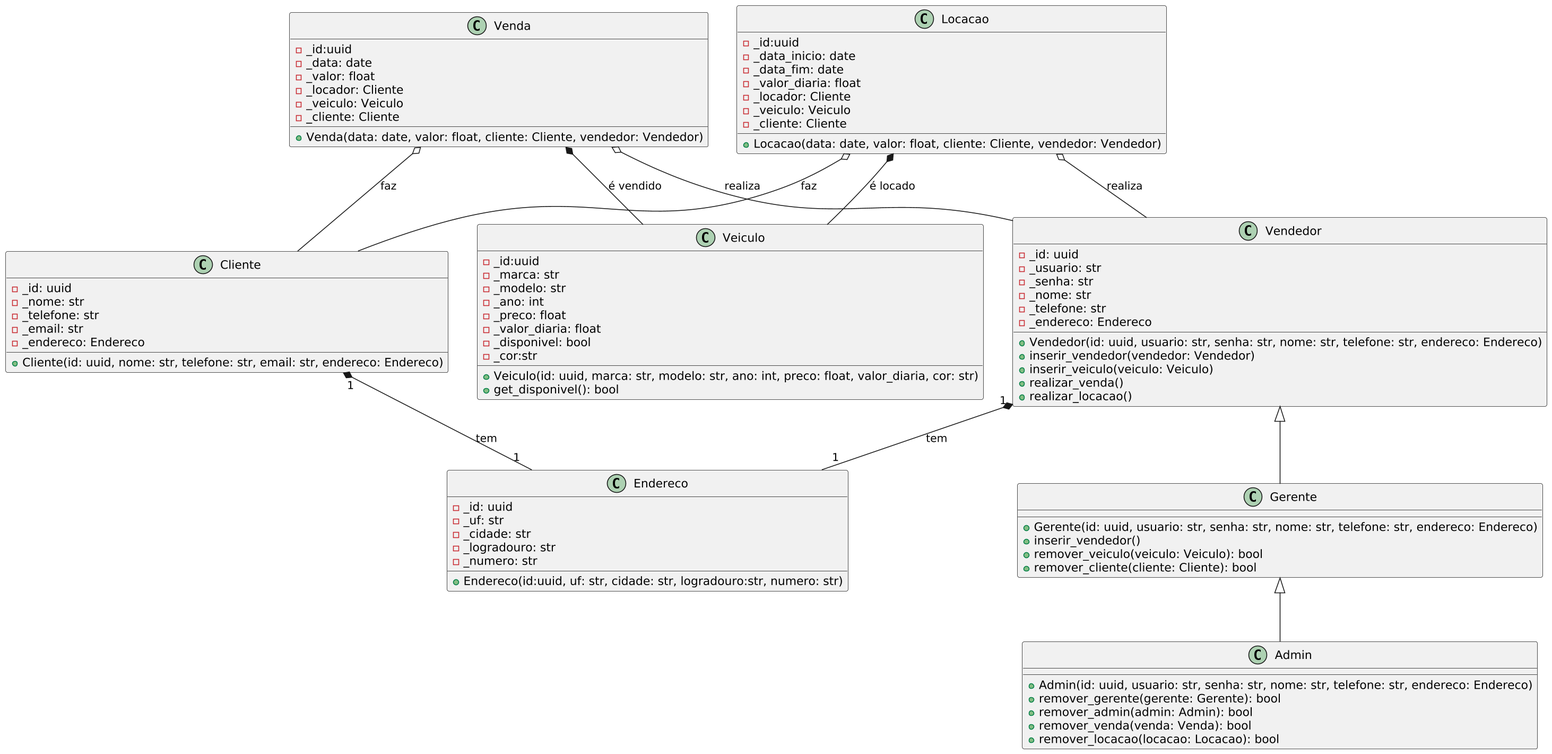
This is Modelagem/image.png from gabrielraulino/DS-Persist-SmartAuto, a PlantUML export, as it was before one commit.
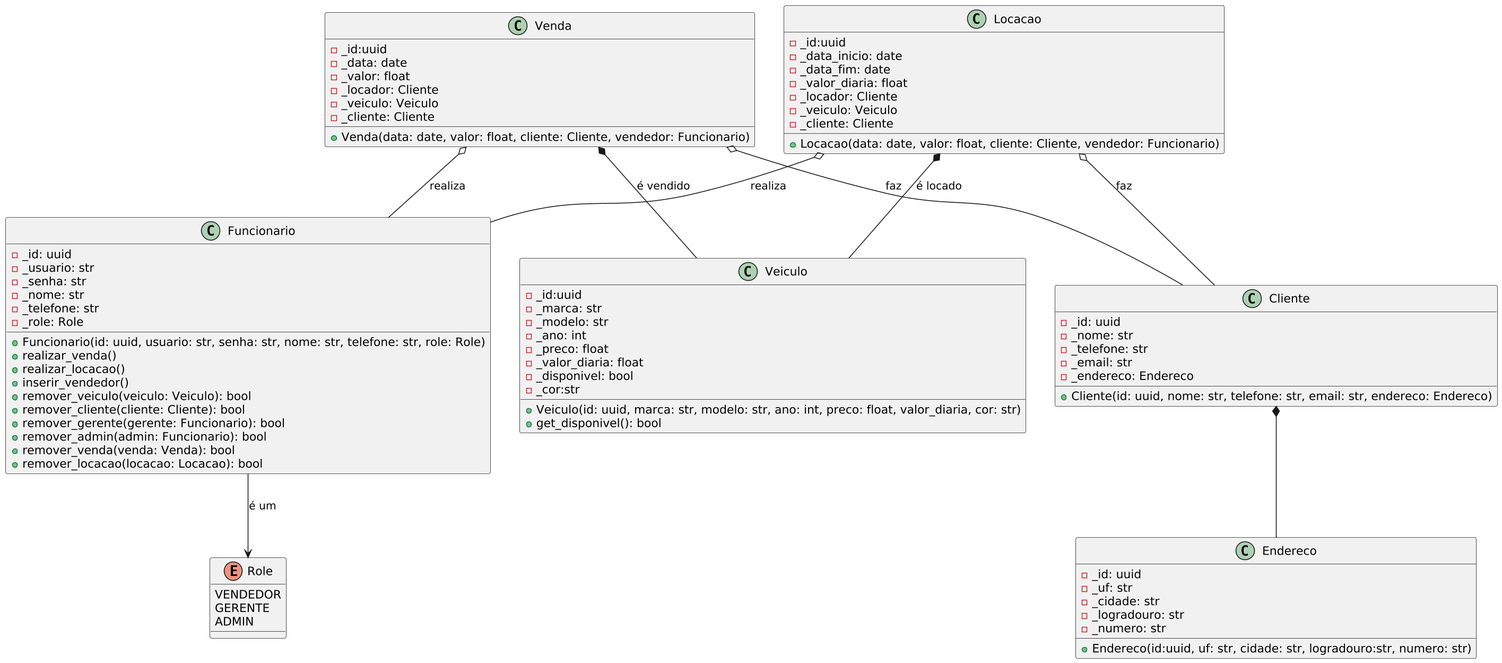
Above is the later version.

Commit message:
docs(modelagem): refatoração da modelagem criação de enum role

Diff of the diagram source:
```diff
@@ -2,37 +2,32 @@
 skinparam defaultFontName Hasklig
 skinparam dpi 150
 
-class Vendedor {
+enum Role {
+  VENDEDOR
+  GERENTE
+  ADMIN
+}
+
+class Funcionario {
   -_id: uuid
   -_usuario: str
   -_senha: str
   -_nome: str
   -_telefone: str
-  -_endereco: Endereco
+  -_role: Role
 
-  +Vendedor(id: uuid, usuario: str, senha: str, nome: str, telefone: str, endereco: Endereco)
-  +inserir_vendedor(vendedor: Vendedor)
-  +inserir_veiculo(veiculo: Veiculo)
+  +Funcionario(id: uuid, usuario: str, senha: str, nome: str, telefone: str, role: Role)
   +realizar_venda()
   +realizar_locacao()
-}
-
-
-class Gerente {
-  +Gerente(id: uuid, usuario: str, senha: str, nome: str, telefone: str, endereco: Endereco)
   +inserir_vendedor()
   +remover_veiculo(veiculo: Veiculo): bool
   +remover_cliente(cliente: Cliente): bool
-}
-
-class Admin {
-  +Admin(id: uuid, usuario: str, senha: str, nome: str, telefone: str, endereco: Endereco)
-  +remover_gerente(gerente: Gerente): bool
-  +remover_admin(admin: Admin): bool
+  +remover_gerente(gerente: Funcionario): bool
+  +remover_admin(admin: Funcionario): bool
   +remover_venda(venda: Venda): bool
   +remover_locacao(locacao: Locacao): bool
 }
-
+Funcionario --> Role : "é um"
 class Cliente {
   -_id: uuid
   -_nome: str
@@ -41,7 +36,6 @@
   -_endereco: Endereco
 
   +Cliente(id: uuid, nome: str, telefone: str, email: str, endereco: Endereco)
-
 }
 
 class Endereco{
@@ -52,6 +46,7 @@
   -_numero: str
   +Endereco(id:uuid, uf: str, cidade: str, logradouro:str, numero: str)
 }
+
 class Venda {
   -_id:uuid
   -_data: date
@@ -60,7 +55,7 @@
   -_veiculo: Veiculo
   -_cliente: Cliente
 
-  +Venda(data: date, valor: float, cliente: Cliente, vendedor: Vendedor)
+  +Venda(data: date, valor: float, cliente: Cliente, vendedor: Funcionario)
 }
 
 class Locacao {
@@ -72,8 +67,9 @@
   -_veiculo: Veiculo
   -_cliente: Cliente
 
-  +Locacao(data: date, valor: float, cliente: Cliente, vendedor: Vendedor)
+  +Locacao(data: date, valor: float, cliente: Cliente, vendedor: Funcionario)
 }
+
 class Veiculo {
   -_id:uuid
   -_marca: str
@@ -87,19 +83,13 @@
   +get_disponivel(): bool
 }
 
-
-
-
-Vendedor <|-- Gerente
-Gerente <|-- Admin
 Venda *-- Veiculo : "é vendido"
 Venda o-- Cliente : "faz"
-Venda o-- Vendedor : "realiza"
+Venda o-- Funcionario : "realiza"
 
 Locacao *-- Veiculo : "é locado"
 Locacao o-- Cliente : "faz"
-Locacao o-- Vendedor : "realiza"
+Locacao o-- Funcionario : "realiza"
 
-Cliente "1"*-- "1"Endereco : "tem"
-Vendedor "1"*-- "1" Endereco : "tem"
+Cliente *-- Endereco
 @enduml
```
